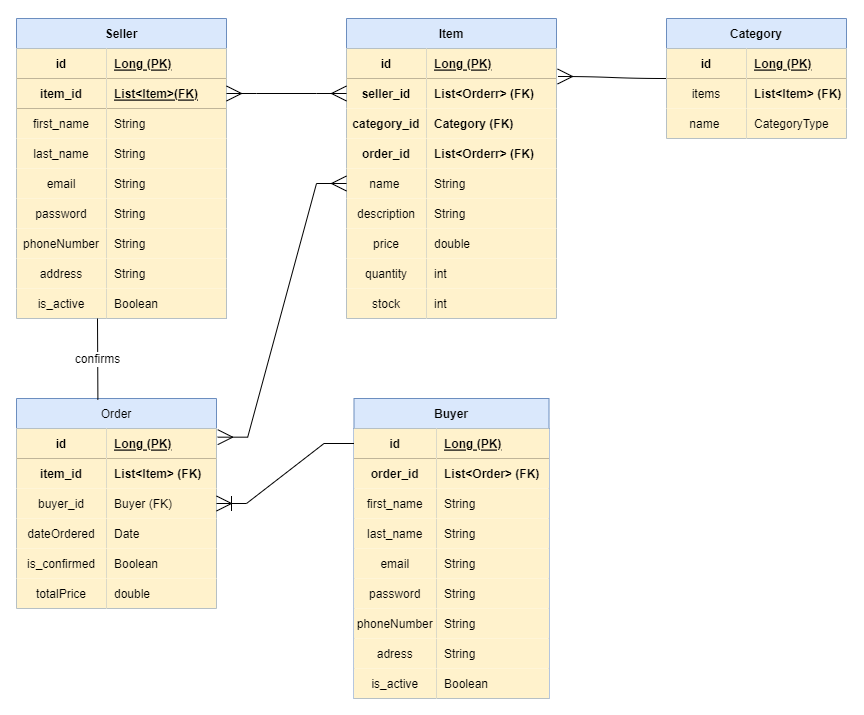
This is docs/entity-relationship-diagram-updated.png from Patika-Todeb-Java-Spring-Bootcamp/patika-todeb-javaspringbootcamp-proje-odevleri-gulbalasalamov, a draw.io export, as it was before one commit. Source tidied: cells renumbered, new cells last; positions are measured from the earlier drawing's top-left corner, leaving out a move shared by most shapes.
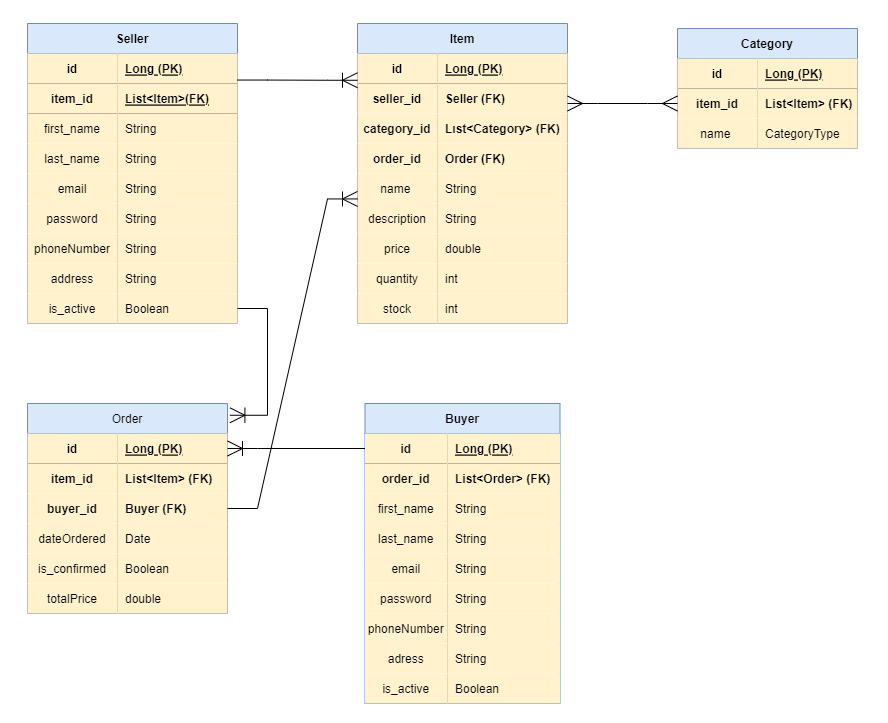
After the commit.

Change to the diagram source:
```diff
@@ -3,7 +3,7 @@
     <mxCell id="0" />
     <mxCell id="1" parent="0" />
     <mxCell id="2" value="Category" style="shape=table;startSize=30;rowLines=0;fontStyle=1;align=center;fillColor=#dae8fc;strokeColor=#6c8ebf;" parent="1" vertex="1">
-      <mxGeometry x="650" width="180" height="120" as="geometry" />
+      <mxGeometry x="650" y="5" width="180" height="120" as="geometry" />
     </mxCell>
     <mxCell id="3" style="shape=tableRow;horizontal=0;startSize=0;swimlaneHead=0;swimlaneBody=0;fillColor=none;top=0;left=0;right=0;bottom=1;" parent="2" vertex="1">
       <mxGeometry y="30" width="180" height="30" as="geometry" />
@@ -17,7 +17,7 @@
     <mxCell id="6" style="shape=tableRow;horizontal=0;startSize=0;swimlaneHead=0;swimlaneBody=0;fillColor=none;points=[[0,0.5],[1,0.5]];portConstraint=eastwest;top=0;left=0;right=0;bottom=0;" parent="2" vertex="1">
       <mxGeometry y="60" width="180" height="30" as="geometry" />
     </mxCell>
-    <mxCell id="7" value="items" style="shape=partialRectangle;fillColor=#fff2cc;top=0;left=0;bottom=0;right=0;overflow=hidden;strokeColor=#d6b656;" parent="6" vertex="1">
+    <mxCell id="7" value="item_id" style="shape=partialRectangle;fillColor=#fff2cc;top=0;left=0;bottom=0;right=0;overflow=hidden;strokeColor=#d6b656;fontStyle=1;" parent="6" vertex="1">
       <mxGeometry width="80" height="30" as="geometry" />
     </mxCell>
     <mxCell id="8" value="List&lt;Item&gt; (FK)" style="shape=partialRectangle;fillColor=#fff2cc;top=0;left=0;bottom=0;right=0;align=left;spacingLeft=6;overflow=hidden;strokeColor=#d6b656;fontStyle=1;" parent="6" vertex="1">
@@ -50,7 +50,7 @@
     <mxCell id="17" value="seller_id" style="shape=partialRectangle;fillColor=#fff2cc;top=0;left=0;bottom=0;right=0;overflow=hidden;strokeColor=#d6b656;fontStyle=1;" parent="16" vertex="1">
       <mxGeometry width="80" height="30" as="geometry" />
     </mxCell>
-    <mxCell id="18" value="List&lt;Orderr&gt; (FK)" style="shape=partialRectangle;fillColor=#fff2cc;top=0;left=0;bottom=0;right=0;align=left;spacingLeft=6;overflow=hidden;strokeColor=#d6b656;fontStyle=1;" parent="16" vertex="1">
+    <mxCell id="18" value="Seller (FK)" style="shape=partialRectangle;fillColor=#fff2cc;top=0;left=0;bottom=0;right=0;align=left;spacingLeft=6;overflow=hidden;strokeColor=#d6b656;fontStyle=1;" parent="16" vertex="1">
       <mxGeometry x="80" width="130" height="30" as="geometry" />
     </mxCell>
     <mxCell id="19" style="shape=tableRow;horizontal=0;startSize=0;swimlaneHead=0;swimlaneBody=0;fillColor=none;top=0;left=0;right=0;bottom=0;" parent="12" vertex="1">
@@ -59,7 +59,7 @@
     <mxCell id="20" value="category_id" style="shape=partialRectangle;fillColor=#fff2cc;top=0;left=0;bottom=0;right=0;overflow=hidden;strokeColor=#d6b656;fontStyle=1;" parent="19" vertex="1">
       <mxGeometry width="80" height="30" as="geometry" />
     </mxCell>
-    <mxCell id="21" value="Category (FK)" style="shape=partialRectangle;fillColor=#fff2cc;top=0;left=0;bottom=0;right=0;align=left;spacingLeft=6;overflow=hidden;strokeColor=#d6b656;fontStyle=1;" parent="19" vertex="1">
+    <mxCell id="21" value="Lıst&lt;Category&gt; (FK)" style="shape=partialRectangle;fillColor=#fff2cc;top=0;left=0;bottom=0;right=0;align=left;spacingLeft=6;overflow=hidden;strokeColor=#d6b656;fontStyle=1;" parent="19" vertex="1">
       <mxGeometry x="80" width="130" height="30" as="geometry" />
     </mxCell>
     <mxCell id="22" style="shape=tableRow;horizontal=0;startSize=0;swimlaneHead=0;swimlaneBody=0;fillColor=none;top=0;left=0;right=0;bottom=0;" parent="12" vertex="1">
@@ -68,7 +68,7 @@
     <mxCell id="23" value="order_id" style="shape=partialRectangle;fillColor=#fff2cc;top=0;left=0;bottom=0;right=0;overflow=hidden;strokeColor=#d6b656;fontStyle=1;" parent="22" vertex="1">
       <mxGeometry width="80" height="30" as="geometry" />
     </mxCell>
-    <mxCell id="24" value="List&lt;Orderr&gt; (FK)" style="shape=partialRectangle;fillColor=#fff2cc;top=0;left=0;bottom=0;right=0;align=left;spacingLeft=6;overflow=hidden;strokeColor=#d6b656;fontStyle=1;" parent="22" vertex="1">
+    <mxCell id="24" value="Order (FK)" style="shape=partialRectangle;fillColor=#fff2cc;top=0;left=0;bottom=0;right=0;align=left;spacingLeft=6;overflow=hidden;strokeColor=#d6b656;fontStyle=1;" parent="22" vertex="1">
       <mxGeometry x="80" width="130" height="30" as="geometry" />
     </mxCell>
     <mxCell id="25" style="shape=tableRow;horizontal=0;startSize=0;swimlaneHead=0;swimlaneBody=0;fillColor=none;points=[[0,0.5],[1,0.5]];portConstraint=eastwest;top=0;left=0;right=0;bottom=0;" parent="12" vertex="1">
@@ -224,10 +224,10 @@
     <mxCell id="75" style="shape=tableRow;horizontal=0;startSize=0;swimlaneHead=0;swimlaneBody=0;fillColor=none;points=[[0,0.5],[1,0.5]];portConstraint=eastwest;top=0;left=0;right=0;bottom=0;" parent="68" vertex="1">
       <mxGeometry y="90" width="200" height="30" as="geometry" />
     </mxCell>
-    <mxCell id="76" value="buyer_id" style="shape=partialRectangle;fillColor=#fff2cc;top=0;left=0;bottom=0;right=0;overflow=hidden;strokeColor=#d6b656;" parent="75" vertex="1">
+    <mxCell id="76" value="buyer_id" style="shape=partialRectangle;fillColor=#fff2cc;top=0;left=0;bottom=0;right=0;overflow=hidden;strokeColor=#d6b656;fontStyle=1;" parent="75" vertex="1">
       <mxGeometry width="90" height="30" as="geometry" />
     </mxCell>
-    <mxCell id="77" value="Buyer (FK)" style="shape=partialRectangle;fillColor=#fff2cc;top=0;left=0;bottom=0;right=0;align=left;spacingLeft=6;overflow=hidden;strokeColor=#d6b656;" parent="75" vertex="1">
+    <mxCell id="77" value="Buyer (FK)" style="shape=partialRectangle;fillColor=#fff2cc;top=0;left=0;bottom=0;right=0;align=left;spacingLeft=6;overflow=hidden;strokeColor=#d6b656;fontStyle=1;" parent="75" vertex="1">
       <mxGeometry x="90" width="110" height="30" as="geometry" />
     </mxCell>
     <mxCell id="78" style="shape=tableRow;horizontal=0;startSize=0;swimlaneHead=0;swimlaneBody=0;fillColor=none;top=0;left=0;right=0;bottom=0;" parent="68" vertex="1">
@@ -260,9 +260,6 @@
     <mxCell id="87" style="edgeStyle=none;curved=1;orthogonalLoop=1;jettySize=auto;html=1;exitX=0.5;exitY=0;exitDx=0;exitDy=0;fontSize=13;startSize=13;endSize=13;strokeColor=default;strokeWidth=1;elbow=vertical;" parent="1" edge="1" source="2" target="2">
       <mxGeometry relative="1" as="geometry" />
     </mxCell>
-    <mxCell id="88" style="edgeStyle=entityRelationEdgeStyle;fontSize=12;html=1;endArrow=ERmany;startSize=13;endSize=13;strokeColor=default;strokeWidth=1;curved=1;elbow=vertical;entryX=1.005;entryY=0.933;entryDx=0;entryDy=0;entryPerimeter=0;" parent="1" edge="1" source="2" target="13">
-      <mxGeometry relative="1" as="geometry" />
-    </mxCell>
     <mxCell id="89" value="Seller" style="shape=table;startSize=30;rowLines=0;fontStyle=1;align=center;fillColor=#dae8fc;strokeColor=#6c8ebf;" parent="1" vertex="1">
       <mxGeometry width="210" height="300" as="geometry" />
     </mxCell>
@@ -347,19 +344,22 @@
     <mxCell id="116" value="Boolean" style="shape=partialRectangle;fillColor=#fff2cc;top=0;left=0;bottom=0;right=0;align=left;spacingLeft=6;overflow=hidden;strokeColor=#d6b656;" parent="114" vertex="1">
       <mxGeometry x="90" width="120" height="30" as="geometry" />
     </mxCell>
-    <mxCell id="117" style="edgeStyle=entityRelationEdgeStyle;fontSize=12;html=1;endArrow=ERmany;startArrow=ERmany;rounded=0;exitX=1;exitY=0.5;exitDx=0;exitDy=0;strokeWidth=1;jumpSize=7;endSize=13;startSize=13;" parent="1" edge="1" source="93" target="16">
-      <mxGeometry relative="1" as="geometry" />
+    <mxCell id="117" style="edgeStyle=entityRelationEdgeStyle;fontSize=12;html=1;endArrow=ERmany;startArrow=ERmany;rounded=0;strokeWidth=1;jumpSize=7;endSize=13;startSize=13;entryX=0;entryY=0.5;entryDx=0;entryDy=0;" parent="1" edge="1" target="6">
+      <mxGeometry relative="1" as="geometry">
+        <mxPoint x="540" y="80" as="sourcePoint" />
+      </mxGeometry>
     </mxCell>
-    <mxCell id="118" value="&lt;font style=&quot;font-size: 12px;&quot;&gt;confirms&lt;/font&gt;" style="endArrow=none;html=1;rounded=0;startSize=13;endSize=13;strokeWidth=1;jumpSize=7;entryX=0.407;entryY=0.006;entryDx=0;entryDy=0;entryPerimeter=0;" parent="1" edge="1" target="68">
-      <mxGeometry relative="1" as="geometry">
-        <mxPoint x="81" y="300" as="sourcePoint" />
-      </mxGeometry>
-    </mxCell>
-    <mxCell id="119" style="edgeStyle=entityRelationEdgeStyle;fontSize=12;html=1;endArrow=ERmany;startArrow=ERmany;rounded=0;startSize=13;endSize=13;strokeWidth=1;jumpSize=7;entryX=0;entryY=0.5;entryDx=0;entryDy=0;exitX=1.006;exitY=0.289;exitDx=0;exitDy=0;exitPerimeter=0;" parent="1" edge="1" source="69" target="25">
-      <mxGeometry relative="1" as="geometry" />
-    </mxCell>
-    <mxCell id="120" style="edgeStyle=entityRelationEdgeStyle;fontSize=12;html=1;endArrow=ERoneToMany;rounded=0;startSize=13;endSize=13;strokeWidth=1;jumpSize=7;entryX=1;entryY=0.5;entryDx=0;entryDy=0;exitX=0;exitY=0.5;exitDx=0;exitDy=0;" parent="1" edge="1" source="41" target="75">
+    <mxCell id="120" style="edgeStyle=entityRelationEdgeStyle;fontSize=12;html=1;endArrow=ERoneToMany;rounded=0;startSize=13;endSize=13;strokeWidth=1;jumpSize=7;entryX=1;entryY=0.5;entryDx=0;entryDy=0;exitX=0;exitY=0.5;exitDx=0;exitDy=0;" parent="1" edge="1" source="41" target="69">
       <mxGeometry relative="1" as="geometry" />
     </mxCell>
+    <mxCell id="121" style="edgeStyle=entityRelationEdgeStyle;fontSize=12;html=1;endArrow=ERoneToMany;rounded=0;startSize=13;endSize=13;strokeWidth=1;jumpSize=7;exitX=1;exitY=0.5;exitDx=0;exitDy=0;entryX=0;entryY=0.848;entryDx=0;entryDy=0;entryPerimeter=0;" parent="1" edge="1" source="75" target="25">
+      <mxGeometry relative="1" as="geometry" />
+    </mxCell>
+    <mxCell id="122" style="edgeStyle=entityRelationEdgeStyle;fontSize=12;html=1;endArrow=ERoneToMany;rounded=0;startSize=13;endSize=13;strokeWidth=1;jumpSize=7;entryX=1.012;entryY=0.056;entryDx=0;entryDy=0;entryPerimeter=0;" parent="1" edge="1" source="114" target="68">
+      <mxGeometry relative="1" as="geometry" />
+    </mxCell>
+    <mxCell id="123" style="edgeStyle=entityRelationEdgeStyle;fontSize=12;html=1;endArrow=ERoneToMany;rounded=0;startSize=13;endSize=13;strokeWidth=1;jumpSize=7;entryX=0;entryY=0.892;entryDx=0;entryDy=0;entryPerimeter=0;exitX=1;exitY=0.885;exitDx=0;exitDy=0;exitPerimeter=0;" parent="1" edge="1" source="90" target="13">
+      <mxGeometry relative="1" as="geometry" />
+    </mxCell>
   </root>
 </mxGraphModel>
```
